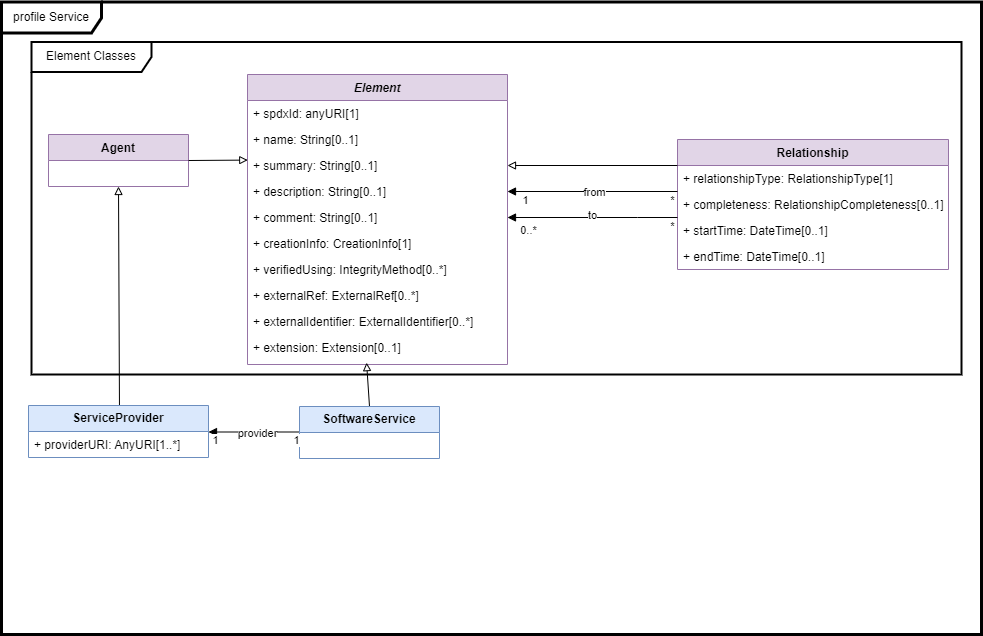
Above: model-Service.drawio.png in spdx/spdx-3-model (draw.io), before the change. Source tidied: cells renumbered, new cells last; positions are measured from the earlier drawing's top-left corner, leaving out a move shared by most shapes.
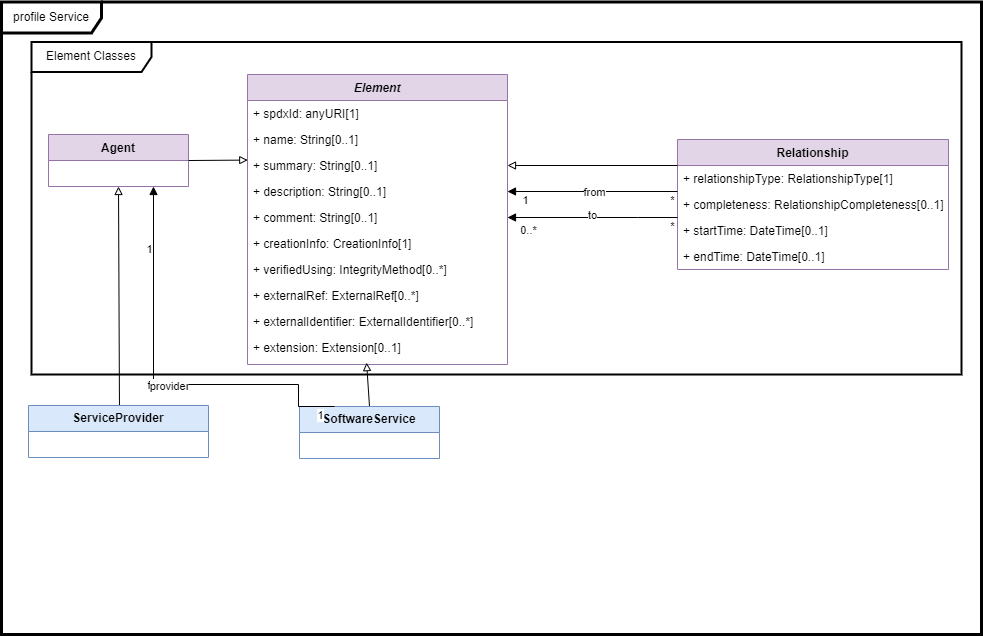
Above is the later version.

Commit message:
Update diagram for service model per feedback

The edit, as a diff of the source:
```diff
@@ -124,18 +124,15 @@
     <mxCell id="33" value="&lt;b&gt;ServiceProvider&lt;/b&gt;" style="swimlane;fontStyle=0;horizontal=1;startSize=26;fillColor=#dae8fc;whiteSpace=wrap;html=1;strokeColor=#6c8ebf;" parent="1" vertex="1">
       <mxGeometry x="27" y="403" width="180" height="52" as="geometry" />
     </mxCell>
-    <mxCell id="34" value="+ providerURI: AnyURI[1..*]" style="text;strokeColor=none;fillColor=none;align=left;verticalAlign=top;spacingLeft=4;spacingRight=4;overflow=hidden;whiteSpace=wrap;html=1;" parent="33" vertex="1">
-      <mxGeometry y="26" width="180" height="26" as="geometry" />
-    </mxCell>
     <mxCell id="35" value="&lt;b&gt;SoftwareService&lt;/b&gt;" style="swimlane;fontStyle=0;horizontal=1;startSize=26;fillColor=#dae8fc;whiteSpace=wrap;html=1;strokeColor=#6c8ebf;" parent="1" vertex="1">
       <mxGeometry x="298" y="404" width="140" height="52" as="geometry" />
     </mxCell>
-    <mxCell id="36" style="edgeStyle=orthogonalEdgeStyle;rounded=0;orthogonalLoop=1;jettySize=auto;html=1;endArrow=block;endFill=1;" parent="1" edge="1">
+    <mxCell id="36" style="edgeStyle=orthogonalEdgeStyle;rounded=0;jettySize=auto;html=1;endArrow=block;endFill=1;entryX=0.75;entryY=1;entryDx=0;entryDy=0;exitX=0.25;exitY=0;exitDx=0;exitDy=0;" parent="1" edge="1" source="35" target="30">
       <mxGeometry relative="1" as="geometry">
-        <mxPoint x="297" y="429.5" as="sourcePoint" />
-        <mxPoint x="207" y="429.5" as="targetPoint" />
         <Array as="points">
-          <mxPoint x="297" y="429.5" />
+          <mxPoint x="297" y="404" />
+          <mxPoint x="297" y="382" />
+          <mxPoint x="152" y="382" />
         </Array>
       </mxGeometry>
     </mxCell>
```
